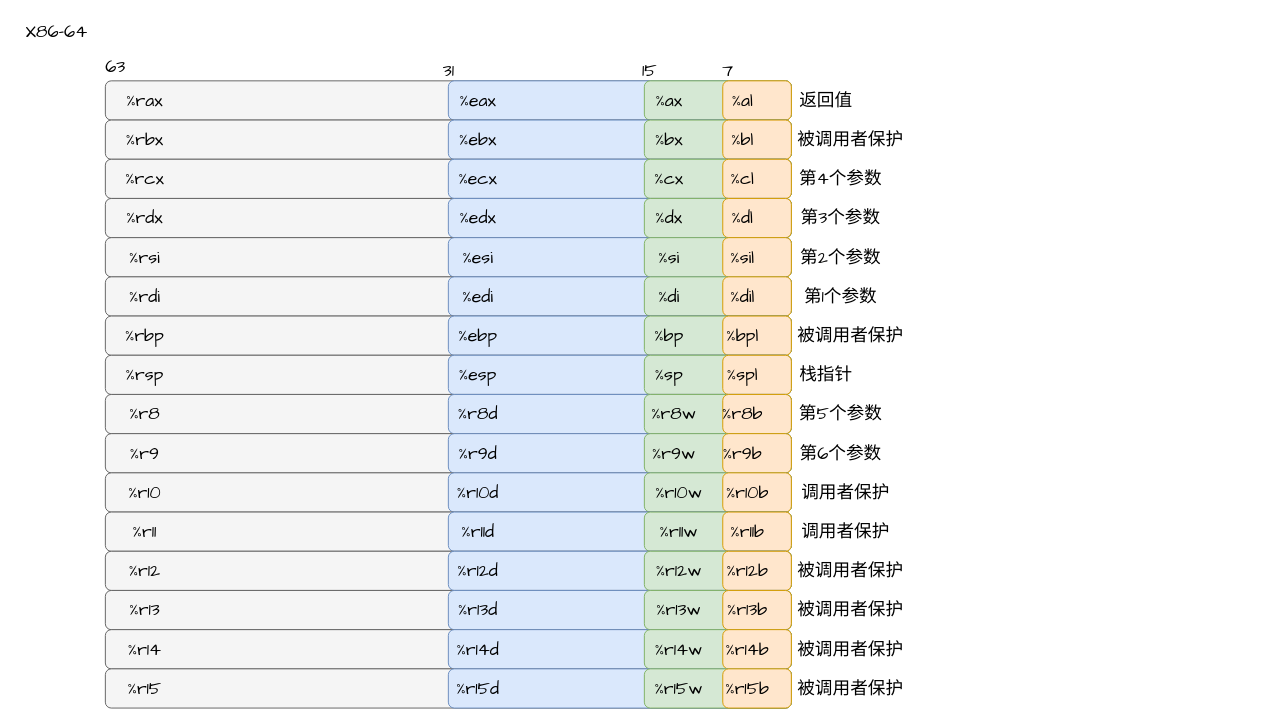
The draw.io diagram page "x86-64 通用" (8 of 10) of test.drawio in lijin-coder/picture, before the edit. Source tidied: cells renumbered, new cells numbered last; positions are measured from the earlier drawing's top-left corner, leaving out a move shared by most shapes. Both pictures are drawn from the tidied source at 98%, with x=0, y=0 at pixel (17, 17).
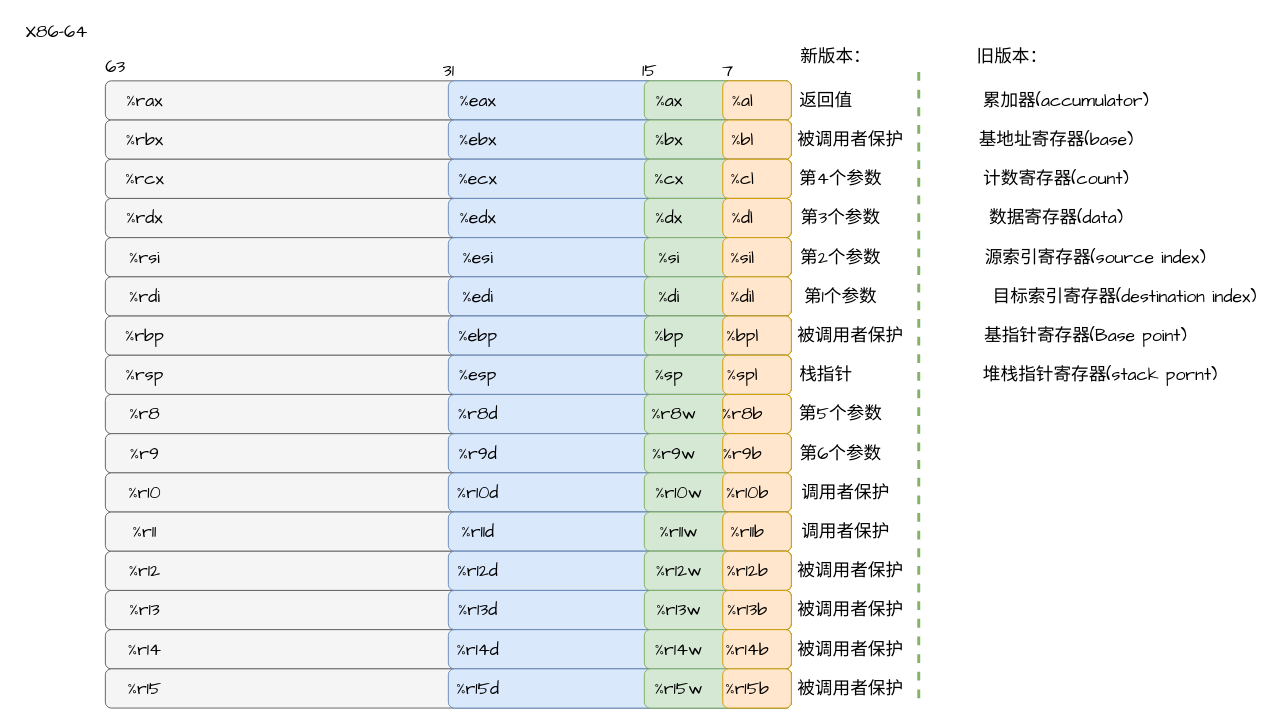
After the change.

Commit message:
mod x86 register

Diff of the diagram source:
```diff
@@
+    <mxCell id="151" value="新版本：" style="text;html=1;align=center;verticalAlign=middle;strokeColor=none;fillColor=none;fontFamily=Comic Sans MS;fontSize=18;" parent="1" vertex="1">
+      <mxGeometry x="790" y="25" width="90" height="30" as="geometry" />
+    </mxCell>
+    <mxCell id="152" style="endArrow=none;dashed=1;html=1;strokeWidth=3;rounded=0;fontFamily=Comic Sans MS;fontSize=18;fillColor=#d5e8d4;strokeColor=#82b366;" parent="1" edge="1">
+      <mxGeometry relative="1" as="geometry">
+        <mxPoint x="920" y="695" as="sourcePoint" />
+        <mxPoint x="920" y="55" as="targetPoint" />
+      </mxGeometry>
+    </mxCell>
+    <mxCell id="153" value="旧版本：" style="text;html=1;align=center;verticalAlign=middle;strokeColor=none;fillColor=none;fontFamily=Comic Sans MS;fontSize=18;" parent="1" vertex="1">
+      <mxGeometry x="970" y="25" width="90" height="30" as="geometry" />
+    </mxCell>
+    <mxCell id="154" value="累加器(accumulator)" style="text;html=1;align=center;verticalAlign=middle;strokeColor=none;fillColor=none;fontSize=18;fontFamily=Comic Sans MS;" parent="1" vertex="1">
+      <mxGeometry x="980" y="70" width="180" height="30" as="geometry" />
+    </mxCell>
+    <mxCell id="155" value="基地址寄存器(base)" style="text;html=1;align=center;verticalAlign=middle;strokeColor=none;fillColor=none;fontSize=18;fontFamily=Comic Sans MS;" parent="1" vertex="1">
+      <mxGeometry x="970" y="110" width="180" height="30" as="geometry" />
+    </mxCell>
+    <mxCell id="156" value="计数寄存器(count)" style="text;html=1;align=center;verticalAlign=middle;strokeColor=none;fillColor=none;fontSize=18;fontFamily=Comic Sans MS;" parent="1" vertex="1">
+      <mxGeometry x="980" y="150" width="160" height="30" as="geometry" />
+    </mxCell>
+    <mxCell id="157" value="数据寄存器(data)" style="text;html=1;align=center;verticalAlign=middle;strokeColor=none;fillColor=none;fontSize=18;fontFamily=Comic Sans MS;" parent="1" vertex="1">
+      <mxGeometry x="980" y="190" width="160" height="30" as="geometry" />
+    </mxCell>
+    <mxCell id="158" value="源索引寄存器(source index)" style="text;html=1;align=center;verticalAlign=middle;strokeColor=none;fillColor=none;fontSize=18;fontFamily=Comic Sans MS;" parent="1" vertex="1">
+      <mxGeometry x="980" y="230" width="240" height="30" as="geometry" />
+    </mxCell>
+    <mxCell id="159" value="目标索引寄存器(destination index)" style="text;html=1;align=center;verticalAlign=middle;strokeColor=none;fillColor=none;fontSize=18;fontFamily=Comic Sans MS;" parent="1" vertex="1">
+      <mxGeometry x="980" y="270" width="300" height="30" as="geometry" />
+    </mxCell>
+    <mxCell id="160" value="基指针寄存器(Base point)" style="text;html=1;align=center;verticalAlign=middle;strokeColor=none;fillColor=none;fontSize=18;fontFamily=Comic Sans MS;" parent="1" vertex="1">
+      <mxGeometry x="980" y="310" width="220" height="30" as="geometry" />
+    </mxCell>
+    <mxCell id="161" value="堆栈指针寄存器(stack pornt)" style="text;html=1;align=center;verticalAlign=middle;strokeColor=none;fillColor=none;fontSize=18;fontFamily=Comic Sans MS;" parent="1" vertex="1">
+      <mxGeometry x="980" y="350" width="250" height="30" as="geometry" />
+    </mxCell>
```
